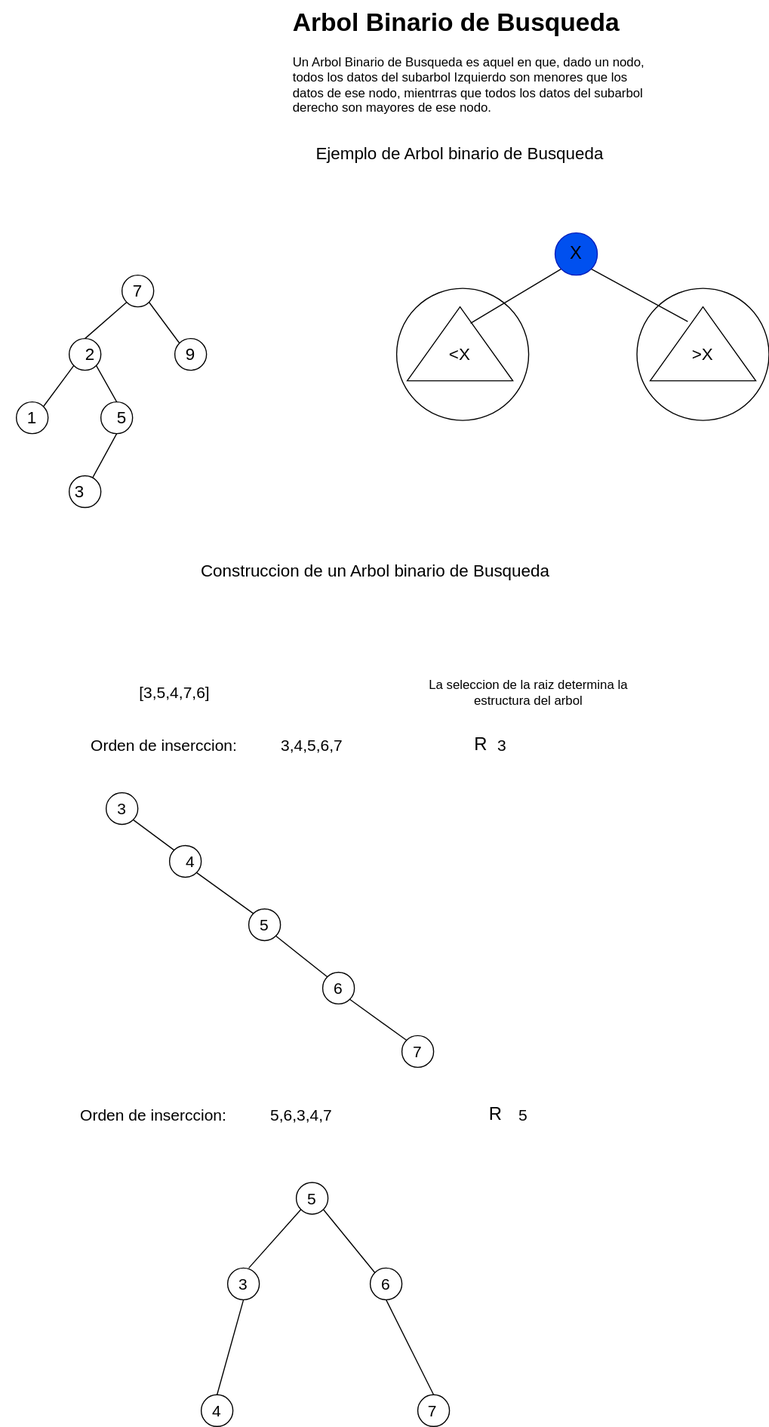
The draw.io diagram Estructura-de-datos/Arboles/Arbol-binario-busqueda.drawio.svg in Nordcode-cyber/Algoritmos-Estructdatos, before a commit. Source tidied: cells renumbered, new cells last; positions are measured from the earlier drawing's top-left corner, leaving out a move shared by most shapes.
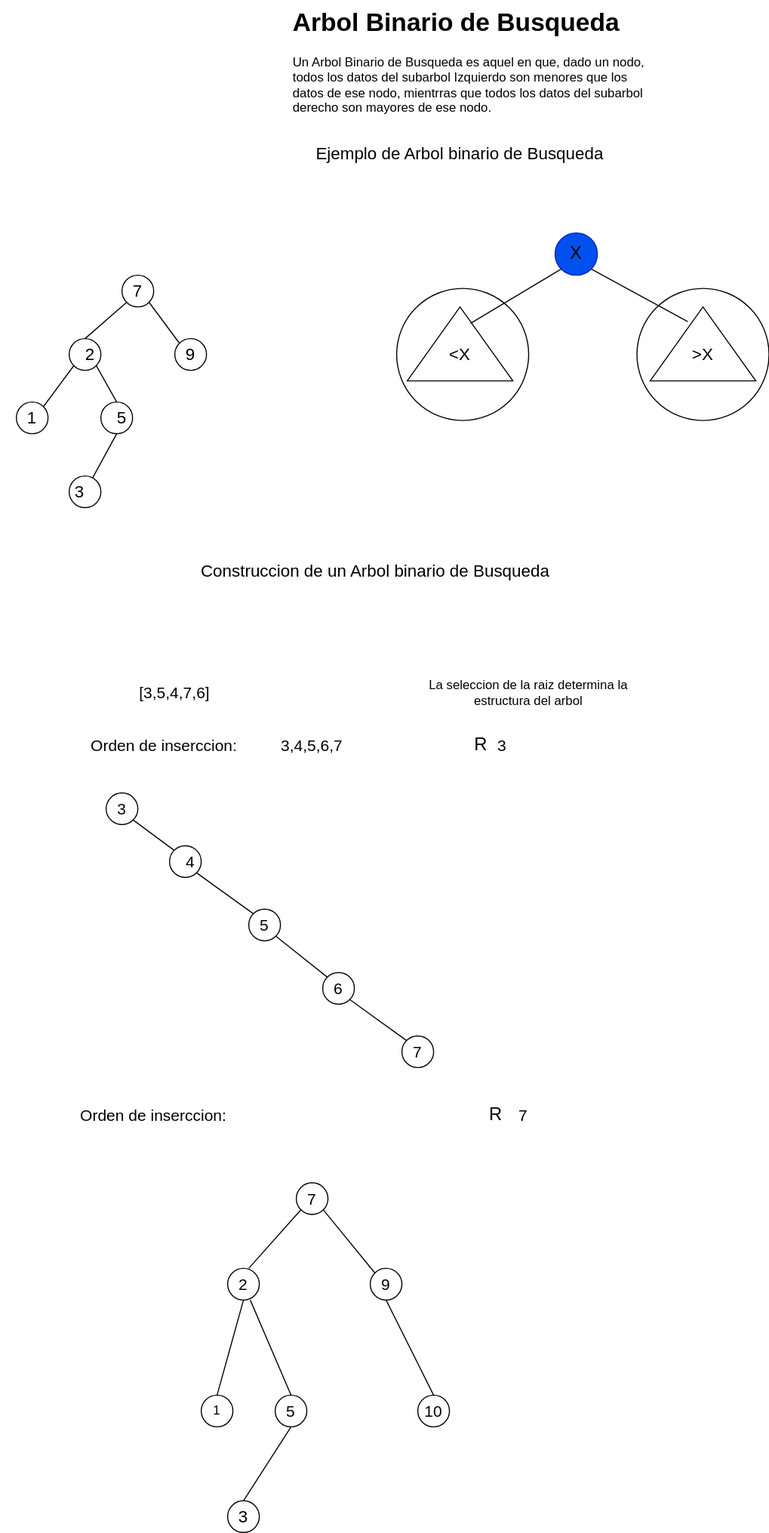
The same file after the commit.

The edit, as a diff of the source:
```diff
@@ -155,10 +155,7 @@
     <mxCell id="52" value="&lt;font style=&quot;color: light-dark(rgb(0, 0, 0), rgb(0, 255, 128)); font-size: 15px;&quot;&gt;Orden de inserccion:&lt;/font&gt;" style="text;html=1;align=center;verticalAlign=middle;whiteSpace=wrap;rounded=0;" parent="1" vertex="1">
       <mxGeometry x="55" y="1040" width="180" height="30" as="geometry" />
     </mxCell>
-    <mxCell id="53" value="&lt;font style=&quot;font-size: 15px; color: light-dark(rgb(0, 0, 0), rgb(0, 255, 128));&quot;&gt;5,6,3,4,7&lt;/font&gt;" style="text;html=1;align=center;verticalAlign=middle;whiteSpace=wrap;rounded=0;" parent="1" vertex="1">
-      <mxGeometry x="255" y="1040" width="60" height="30" as="geometry" />
-    </mxCell>
-    <mxCell id="54" value="&lt;font style=&quot;font-size: 15px; color: light-dark(rgb(0, 0, 0), rgb(0, 255, 128));&quot;&gt;5&lt;/font&gt;" style="text;html=1;align=center;verticalAlign=middle;whiteSpace=wrap;rounded=0;" parent="1" vertex="1">
+    <mxCell id="54" value="&lt;font style=&quot;font-size: 15px; color: light-dark(rgb(0, 0, 0), rgb(0, 255, 128));&quot;&gt;7&lt;/font&gt;" style="text;html=1;align=center;verticalAlign=middle;whiteSpace=wrap;rounded=0;" parent="1" vertex="1">
       <mxGeometry x="465" y="1040" width="60" height="30" as="geometry" />
     </mxCell>
     <mxCell id="55" value="&lt;font style=&quot;color: light-dark(rgb(0, 0, 0), rgb(255, 0, 0)); font-size: 17px;&quot;&gt;R&lt;/font&gt;" style="text;html=1;align=center;verticalAlign=middle;whiteSpace=wrap;rounded=0;" parent="1" vertex="1">
@@ -193,20 +190,38 @@
     <mxCell id="64" style="endArrow=none;html=1;entryX=0.5;entryY=1;entryDx=0;entryDy=0;exitX=0.5;exitY=0;exitDx=0;exitDy=0;" parent="1" edge="1" source="59" target="57">
       <mxGeometry relative="1" as="geometry" />
     </mxCell>
-    <mxCell id="65" value="&lt;font style=&quot;font-size: 15px; color: light-dark(rgb(0, 0, 0), rgb(0, 255, 128));&quot;&gt;5&lt;/font&gt;" style="text;html=1;align=center;verticalAlign=middle;whiteSpace=wrap;rounded=0;" parent="1" vertex="1">
+    <mxCell id="65" value="&lt;font style=&quot;font-size: 15px; color: light-dark(rgb(0, 0, 0), rgb(0, 255, 128));&quot;&gt;7&lt;/font&gt;" style="text;html=1;align=center;verticalAlign=middle;whiteSpace=wrap;rounded=0;" parent="1" vertex="1">
       <mxGeometry x="265" y="1119" width="60" height="30" as="geometry" />
     </mxCell>
-    <mxCell id="66" value="&lt;font style=&quot;font-size: 15px; color: light-dark(rgb(0, 0, 0), rgb(0, 255, 128));&quot;&gt;3&lt;/font&gt;" style="text;html=1;align=center;verticalAlign=middle;whiteSpace=wrap;rounded=0;" parent="1" vertex="1">
+    <mxCell id="66" value="&lt;font style=&quot;font-size: 15px; color: light-dark(rgb(0, 0, 0), rgb(0, 255, 128));&quot;&gt;2&lt;/font&gt;" style="text;html=1;align=center;verticalAlign=middle;whiteSpace=wrap;rounded=0;" parent="1" vertex="1">
       <mxGeometry x="200" y="1200" width="60" height="30" as="geometry" />
     </mxCell>
-    <mxCell id="67" value="&lt;font style=&quot;font-size: 15px; color: light-dark(rgb(0, 0, 0), rgb(0, 255, 128));&quot;&gt;6&lt;/font&gt;" style="text;html=1;align=center;verticalAlign=middle;whiteSpace=wrap;rounded=0;" parent="1" vertex="1">
-      <mxGeometry x="335" y="1200" width="60" height="30" as="geometry" />
+    <mxCell id="67" value="&lt;font style=&quot;font-size: 15px; color: light-dark(rgb(0, 0, 0), rgb(0, 255, 128));&quot;&gt;5&lt;/font&gt;" style="text;html=1;align=center;verticalAlign=middle;whiteSpace=wrap;rounded=0;" parent="1" vertex="1">
+      <mxGeometry x="245" y="1320" width="60" height="30" as="geometry" />
     </mxCell>
-    <mxCell id="68" value="&lt;font style=&quot;font-size: 15px; color: light-dark(rgb(0, 0, 0), rgb(0, 255, 128));&quot;&gt;4&lt;/font&gt;" style="text;html=1;align=center;verticalAlign=middle;whiteSpace=wrap;rounded=0;" parent="1" vertex="1">
-      <mxGeometry x="175" y="1320" width="60" height="30" as="geometry" />
+    <mxCell id="68" value="&lt;font style=&quot;font-size: 15px; color: light-dark(rgb(0, 0, 0), rgb(0, 255, 128));&quot;&gt;9&lt;/font&gt;" style="text;html=1;align=center;verticalAlign=middle;whiteSpace=wrap;rounded=0;" parent="1" vertex="1">
+      <mxGeometry x="335" y="1200" width="60" height="30" as="geometry" />
     </mxCell>
-    <mxCell id="69" value="&lt;font style=&quot;font-size: 15px; color: light-dark(rgb(0, 0, 0), rgb(0, 255, 128));&quot;&gt;7&lt;/font&gt;" style="text;html=1;align=center;verticalAlign=middle;whiteSpace=wrap;rounded=0;" parent="1" vertex="1">
-      <mxGeometry x="379" y="1320" width="60" height="30" as="geometry" />
+    <mxCell id="69" value="&lt;font style=&quot;font-size: 15px; color: light-dark(rgb(0, 0, 0), rgb(0, 255, 128));&quot;&gt;10&lt;/font&gt;" style="text;html=1;align=center;verticalAlign=middle;whiteSpace=wrap;rounded=0;" parent="1" vertex="1">
+      <mxGeometry x="380" y="1320" width="60" height="30" as="geometry" />
     </mxCell>
+    <mxCell id="70" style="ellipse;whiteSpace=wrap;html=1;fillColor=none;" parent="1" vertex="1">
+      <mxGeometry x="260" y="1320" width="30" height="30" as="geometry" />
+    </mxCell>
+    <mxCell id="71" style="endArrow=none;html=1;exitX=0.5;exitY=0;exitDx=0;exitDy=0;" parent="1" edge="1" source="70" target="66">
+      <mxGeometry relative="1" as="geometry" />
+    </mxCell>
+    <mxCell id="72" style="ellipse;whiteSpace=wrap;html=1;fillColor=none;" parent="1" vertex="1">
+      <mxGeometry x="215" y="1420" width="30" height="30" as="geometry" />
+    </mxCell>
+    <mxCell id="73" value="&lt;font style=&quot;color: light-dark(rgb(0, 0, 0), rgb(0, 255, 128));&quot;&gt;1&lt;/font&gt;" style="text;html=1;align=center;verticalAlign=middle;whiteSpace=wrap;rounded=0;" parent="1" vertex="1">
+      <mxGeometry x="175" y="1320" width="60" height="30" as="geometry" />
+    </mxCell>
+    <mxCell id="74" style="endArrow=none;html=1;exitX=0.5;exitY=0;exitDx=0;exitDy=0;entryX=0.5;entryY=1;entryDx=0;entryDy=0;" parent="1" edge="1" source="72" target="67">
+      <mxGeometry relative="1" as="geometry" />
+    </mxCell>
+    <mxCell id="75" value="&lt;font style=&quot;color: light-dark(rgb(0, 0, 0), rgb(0, 255, 128)); font-size: 16px;&quot;&gt;3&lt;/font&gt;" style="text;html=1;align=center;verticalAlign=middle;whiteSpace=wrap;rounded=0;" parent="1" vertex="1">
+      <mxGeometry x="200" y="1420" width="60" height="30" as="geometry" />
+    </mxCell>
   </root>
 </mxGraphModel>
```
